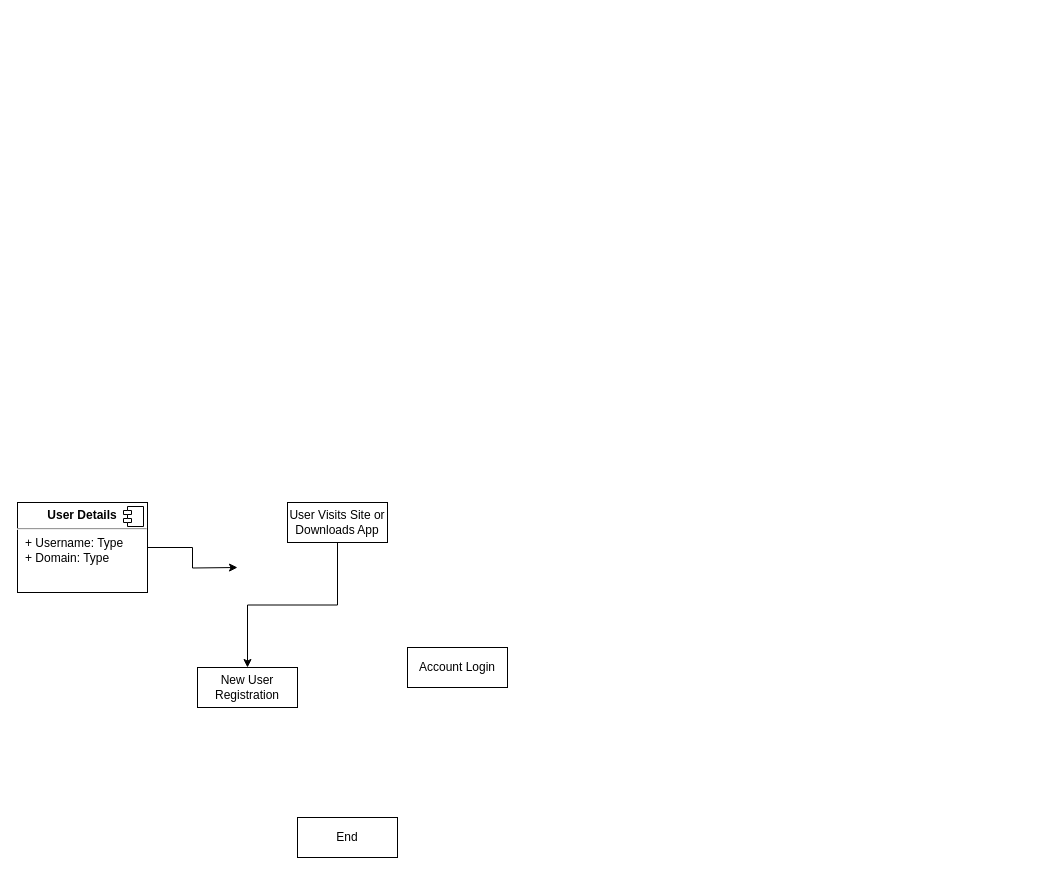
blockchain-Bobby/Plenteum-Iroha keeps this draw.io diagram as page "User Registration & Login" (1 of 2) of docs/Plenteum Asset Ledger.drawio. Above is the earlier version. Source tidied: cells renumbered, new cells numbered last; positions are measured from the earlier drawing's top-left corner, leaving out a move shared by most shapes. Both pictures are drawn from the tidied source at 100%, with x=0, y=0 at pixel (17, 502).
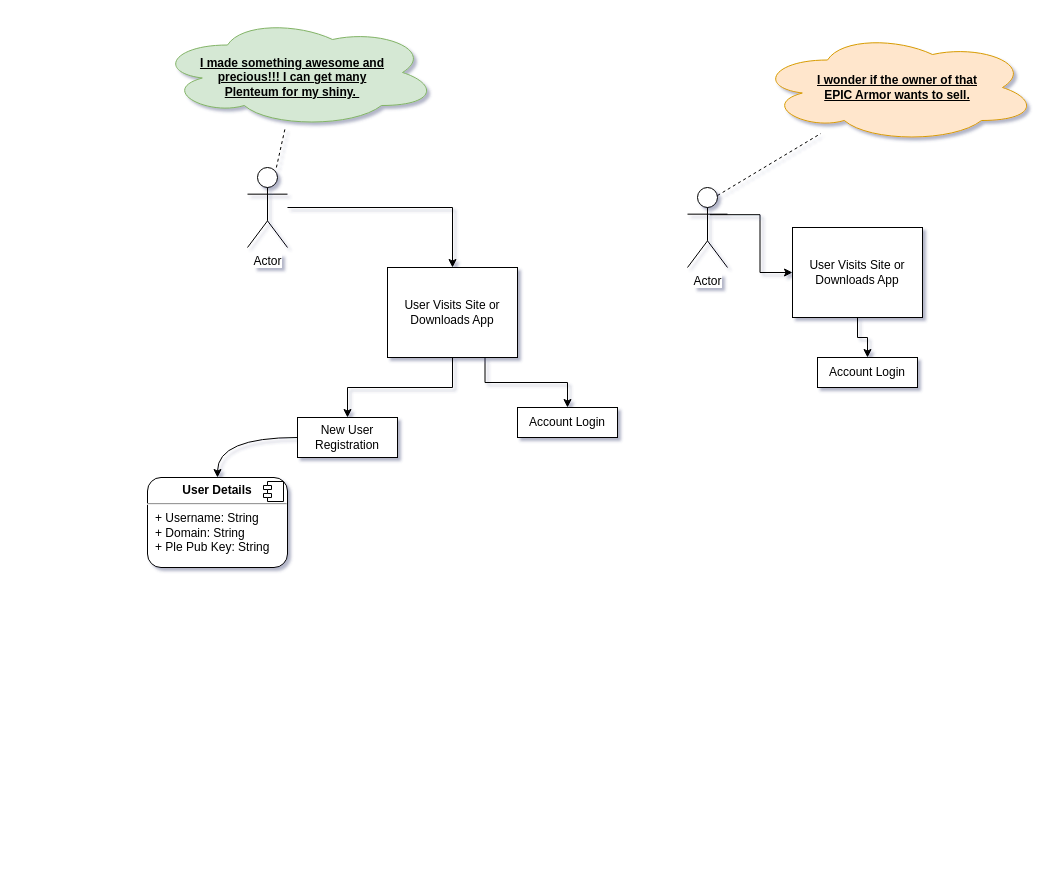
The same page after the edit.

Diff of the diagram source:
```diff
@@
-<mxGraphModel>
+<mxGraphModel shadow="1">
@@
-    <mxCell id="2" style="edgeStyle=orthogonalEdgeStyle;rounded=0;jettySize=auto;html=1;" parent="1" edge="1" source="3">
-      <mxGeometry relative="1" as="geometry">
-        <mxPoint x="220" y="65" as="targetPoint" />
-      </mxGeometry>
-    </mxCell>
-    <mxCell id="3" value="&lt;p style=&quot;margin: 0px ; margin-top: 6px ; text-align: center&quot;&gt;&lt;b&gt;User Details&lt;/b&gt;&lt;/p&gt;&lt;hr&gt;&lt;p style=&quot;margin: 0px ; margin-left: 8px&quot;&gt;+ Username: Type&lt;br&gt;+ Domain: Type&lt;/p&gt;&lt;p style=&quot;margin: 0px ; margin-left: 8px&quot;&gt;&lt;br&gt;&lt;/p&gt;" style="align=left;overflow=fill;html=1;" parent="1" vertex="1">
-      <mxGeometry width="130" height="90" as="geometry" />
+    <mxCell id="3" value="&lt;p style=&quot;margin: 0px ; margin-top: 6px ; text-align: center&quot;&gt;&lt;b&gt;User Details&lt;/b&gt;&lt;/p&gt;&lt;hr&gt;&lt;p style=&quot;margin: 0px ; margin-left: 8px&quot;&gt;+ Username: String&lt;br&gt;+ Domain: String&lt;/p&gt;&lt;p style=&quot;margin: 0px ; margin-left: 8px&quot;&gt;+ Ple Pub Key: String&lt;/p&gt;&lt;p style=&quot;margin: 0px ; margin-left: 8px&quot;&gt;&lt;br&gt;&lt;/p&gt;" style="align=left;overflow=fill;html=1;rounded=1;glass=0;comic=0;" parent="1" vertex="1">
+      <mxGeometry x="130" y="-25" width="140" height="90" as="geometry" />
     </mxCell>
@@
+    <mxCell id="10" style="edgeStyle=orthogonalEdgeStyle;rounded=0;jettySize=auto;html=1;exitX=0.75;exitY=1;exitDx=0;exitDy=0;" parent="1" edge="1" source="6" target="9">
+      <mxGeometry relative="1" as="geometry" />
+    </mxCell>
     <mxCell id="6" value="User Visits Site or Downloads App&lt;br&gt;" style="whiteSpace=wrap;html=1;" parent="1" vertex="1">
-      <mxGeometry x="270" width="100" height="40" as="geometry" />
+      <mxGeometry x="370" y="-235" width="130" height="90" as="geometry" />
     </mxCell>
+    <mxCell id="11" style="rounded=0;jettySize=auto;html=1;exitX=0;exitY=0.5;exitDx=0;exitDy=0;edgeStyle=orthogonalEdgeStyle;elbow=vertical;curved=1;" parent="1" edge="1" source="7" target="3">
+      <mxGeometry relative="1" as="geometry" />
+    </mxCell>
     <mxCell id="7" value="New User Registration&lt;br&gt;" style="whiteSpace=wrap;html=1;" parent="1" vertex="1">
-      <mxGeometry x="180" y="165" width="100" height="40" as="geometry" />
+      <mxGeometry x="280" y="-85" width="100" height="40" as="geometry" />
     </mxCell>
-    <mxCell id="8" value="End" style="whiteSpace=wrap;html=1;" parent="1" vertex="1">
-      <mxGeometry x="280" y="315" width="100" height="40" as="geometry" />
-    </mxCell>
     <mxCell id="9" value="Account Login&lt;br&gt;" style="whiteSpace=wrap;html=1;" parent="1" vertex="1">
-      <mxGeometry x="390" y="145" width="100" height="40" as="geometry" />
+      <mxGeometry x="500" y="-95" width="100" height="30" as="geometry" />
     </mxCell>
+    <mxCell id="12" style="edgeStyle=orthogonalEdgeStyle;rounded=0;jettySize=auto;html=1;" parent="1" edge="1" source="13" target="6">
+      <mxGeometry relative="1" as="geometry" />
+    </mxCell>
+    <mxCell id="13" value="Actor" style="shape=umlActor;verticalLabelPosition=bottom;labelBackgroundColor=#ffffff;verticalAlign=top;html=1;rounded=1;glass=0;comic=0;" parent="1" vertex="1">
+      <mxGeometry x="230" y="-335" width="40" height="80" as="geometry" />
+    </mxCell>
+    <mxCell id="14" value="&lt;div style=&quot;text-align: center&quot;&gt;&lt;br&gt;&lt;/div&gt;" style="ellipse;shape=cloud;html=1;rounded=1;glass=0;comic=0;noLabel=0;whiteSpace=wrap;fillColor=#d5e8d4;strokeColor=#82b366;" parent="1" vertex="1">
+      <mxGeometry x="140" y="-485" width="280" height="110" as="geometry" />
+    </mxCell>
+    <mxCell id="15" style="endArrow=none;dashed=1;html=1;" parent="1" edge="1" source="13" target="14">
+      <mxGeometry relative="1" as="geometry" />
+    </mxCell>
+    <mxCell id="16" value="&lt;u&gt;&lt;b&gt;I made something awesome and precious!!! I can get many Plenteum for my shiny.&amp;nbsp;&lt;/b&gt;&lt;/u&gt;" style="text;html=1;strokeColor=none;fillColor=none;align=center;verticalAlign=middle;whiteSpace=wrap;rounded=0;glass=0;comic=0;" parent="1" vertex="1">
+      <mxGeometry x="180" y="-435" width="190" height="20" as="geometry" />
+    </mxCell>
+    <mxCell id="17" value="Actor" style="shape=umlActor;verticalLabelPosition=bottom;labelBackgroundColor=#ffffff;verticalAlign=top;html=1;rounded=1;glass=0;comic=0;" parent="1" vertex="1">
+      <mxGeometry x="670" y="-315" width="40" height="80" as="geometry" />
+    </mxCell>
+    <mxCell id="18" value="&lt;div style=&quot;text-align: center&quot;&gt;&lt;br&gt;&lt;/div&gt;" style="ellipse;shape=cloud;html=1;rounded=1;glass=0;comic=0;noLabel=0;whiteSpace=wrap;fillColor=#ffe6cc;strokeColor=#d79b00;" parent="1" vertex="1">
+      <mxGeometry x="740" y="-470" width="280" height="110" as="geometry" />
+    </mxCell>
+    <mxCell id="19" style="endArrow=none;dashed=1;html=1;exitX=0.75;exitY=0.1;exitDx=0;exitDy=0;exitPerimeter=0;" parent="1" edge="1" source="17" target="18">
+      <mxGeometry relative="1" as="geometry" />
+    </mxCell>
+    <mxCell id="20" value="&lt;b&gt;&lt;u&gt;I wonder if the owner of that EPIC Armor wants to sell.&lt;/u&gt;&lt;/b&gt;" style="text;html=1;strokeColor=none;fillColor=none;align=center;verticalAlign=middle;whiteSpace=wrap;rounded=0;glass=0;comic=0;" parent="1" vertex="1">
+      <mxGeometry x="785" y="-435" width="190" height="40" as="geometry" />
+    </mxCell>
+    <mxCell id="21" style="edgeStyle=orthogonalEdgeStyle;rounded=0;jettySize=auto;html=1;" parent="1" edge="1" source="22" target="23">
+      <mxGeometry relative="1" as="geometry" />
+    </mxCell>
+    <mxCell id="22" value="User Visits Site or Downloads App&lt;br&gt;" style="whiteSpace=wrap;html=1;" parent="1" vertex="1">
+      <mxGeometry x="775" y="-275" width="130" height="90" as="geometry" />
+    </mxCell>
+    <mxCell id="23" value="Account Login&lt;br&gt;" style="whiteSpace=wrap;html=1;" parent="1" vertex="1">
+      <mxGeometry x="800" y="-145" width="100" height="30" as="geometry" />
+    </mxCell>
+    <mxCell id="24" style="edgeStyle=orthogonalEdgeStyle;rounded=0;jettySize=auto;html=1;exitX=0.56;exitY=0.34;exitDx=0;exitDy=0;exitPerimeter=0;" parent="1" edge="1" source="17" target="22">
+      <mxGeometry relative="1" as="geometry" />
+    </mxCell>
```
